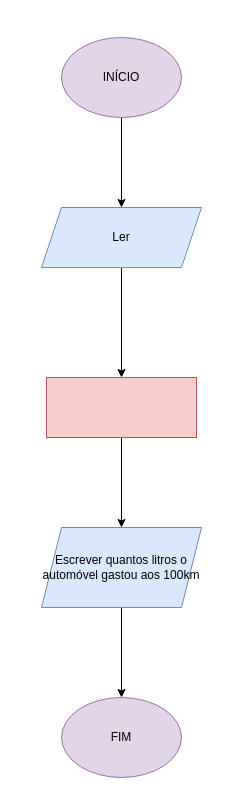
This is fluxo 2.drawio from sergiofernandes24112010-art/fluxo-grama, a draw.io file, before an edit. Source tidied: cells renumbered, new cells numbered last; positions are measured from the earlier drawing's top-left corner, leaving out a move shared by most shapes. Both pictures are drawn from the tidied source at 100%, with x=0, y=0 at pixel (41, 37).
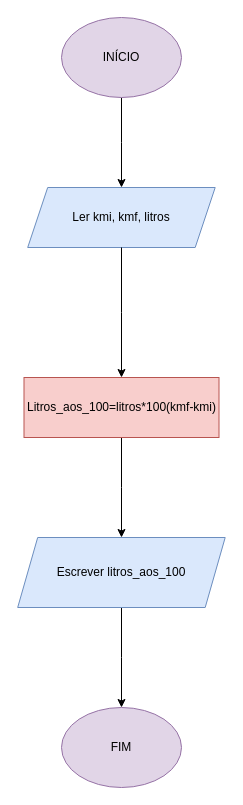
The same page after the edit.

What changed in the source:
```diff
@@
 <mxGraphModel>
   <root>
     <mxCell id="0" />
     <mxCell id="1" parent="0" />
     <mxCell id="2" style="edgeStyle=orthogonalEdgeStyle;rounded=0;jettySize=auto;html=1;" parent="1" edge="1" source="3" target="5">
       <mxGeometry relative="1" as="geometry" />
     </mxCell>
     <mxCell id="3" value="INÍCIO" style="ellipse;whiteSpace=wrap;html=1;shapeInside=1;fillColor=#e1d5e7;strokeColor=#9673a6;" parent="1" vertex="1">
-      <mxGeometry x="20" width="120" height="80" as="geometry" />
+      <mxGeometry x="20" y="-20" width="120" height="80" as="geometry" />
     </mxCell>
-    <mxCell id="4" style="edgeStyle=orthogonalEdgeStyle;rounded=0;jettySize=auto;html=1;" parent="1" edge="1" source="5" target="8">
-      <mxGeometry relative="1" as="geometry" />
-    </mxCell>
-    <mxCell id="5" value="Ler" style="shape=parallelogram;perimeter=parallelogramPerimeter;whiteSpace=wrap;html=1;shapeInside=1;fixedSize=1;fillColor=#dae8fc;strokeColor=#6c8ebf;" parent="1" vertex="1">
-      <mxGeometry y="170" width="160" height="60" as="geometry" />
+    <mxCell id="5" value="Ler kmi, kmf, litros" style="shape=parallelogram;perimeter=parallelogramPerimeter;whiteSpace=wrap;html=1;shapeInside=1;fixedSize=1;fillColor=#dae8fc;strokeColor=#6c8ebf;" parent="1" vertex="1">
+      <mxGeometry x="-13.8" y="150" width="187.5" height="60" as="geometry" />
     </mxCell>
     <mxCell id="6" value="FIM" style="ellipse;whiteSpace=wrap;html=1;shapeInside=1;fillColor=#e1d5e7;strokeColor=#9673a6;" parent="1" vertex="1">
-      <mxGeometry x="20" y="660" width="120" height="80" as="geometry" />
+      <mxGeometry x="20" y="670" width="120" height="80" as="geometry" />
     </mxCell>
     <mxCell id="7" style="edgeStyle=orthogonalEdgeStyle;rounded=0;jettySize=auto;html=1;" parent="1" edge="1" source="8" target="10">
       <mxGeometry relative="1" as="geometry" />
     </mxCell>
-    <mxCell id="8" style="rounded=0;whiteSpace=wrap;html=1;fillColor=#f8cecc;strokeColor=#b85450;" parent="1" vertex="1">
-      <mxGeometry x="5" y="340" width="150" height="60" as="geometry" />
+    <mxCell id="8" value="Litros_aos_100=litros*100(kmf-kmi)" style="rounded=0;whiteSpace=wrap;html=1;fillColor=#f8cecc;strokeColor=#b85450;" parent="1" vertex="1">
+      <mxGeometry x="-17.5" y="340" width="195" height="60" as="geometry" />
     </mxCell>
     <mxCell id="9" style="edgeStyle=orthogonalEdgeStyle;rounded=0;jettySize=auto;html=1;" parent="1" edge="1" source="10" target="6">
       <mxGeometry relative="1" as="geometry" />
     </mxCell>
-    <mxCell id="10" value="Escrever quantos litros o automóvel gastou aos 100km" style="shape=parallelogram;perimeter=parallelogramPerimeter;whiteSpace=wrap;html=1;shapeInside=1;fixedSize=1;fillColor=#dae8fc;strokeColor=#6c8ebf;" parent="1" vertex="1">
-      <mxGeometry y="490" width="160" height="80" as="geometry" />
+    <mxCell id="10" value="Escrever litros_aos_100" style="shape=parallelogram;perimeter=parallelogramPerimeter;whiteSpace=wrap;html=1;shapeInside=1;fixedSize=1;fillColor=#dae8fc;strokeColor=#6c8ebf;" parent="1" vertex="1">
+      <mxGeometry x="-23.8" y="500" width="207.5" height="70" as="geometry" />
     </mxCell>
+    <mxCell id="4" style="edgeStyle=orthogonalEdgeStyle;rounded=0;jettySize=auto;html=1;entryX=0.5;entryY=0;entryDx=0;entryDy=0;" parent="1" edge="1" source="5" target="8">
+      <mxGeometry relative="1" as="geometry" />
+    </mxCell>
   </root>
 </mxGraphModel>
```
